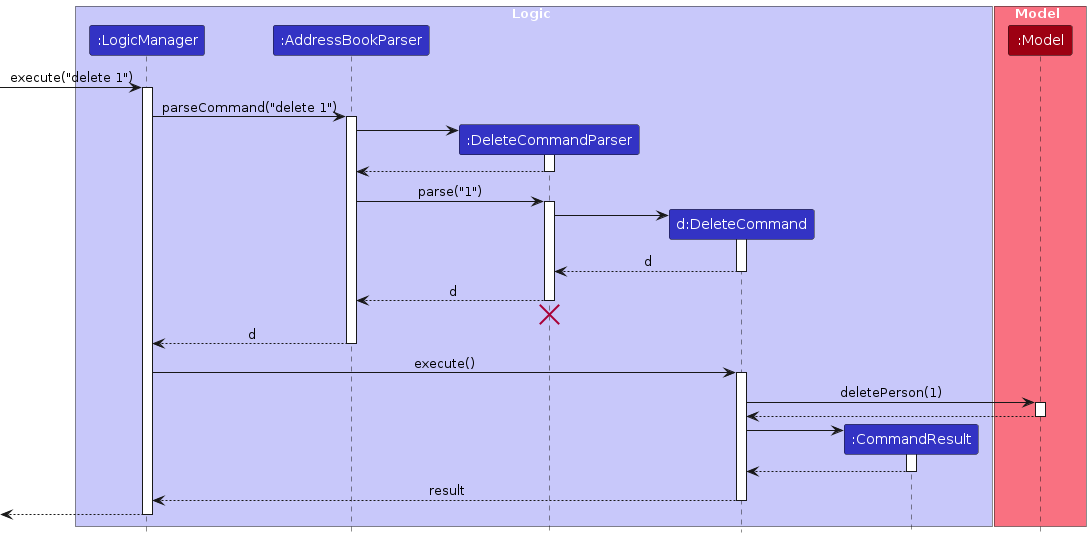
Before: diagrams/DeleteSequenceDiagram.png, a diagram exported from PlantUML (dloh2236/tp). Its source is kept beside it as diagrams/DeleteSequenceDiagram.puml.
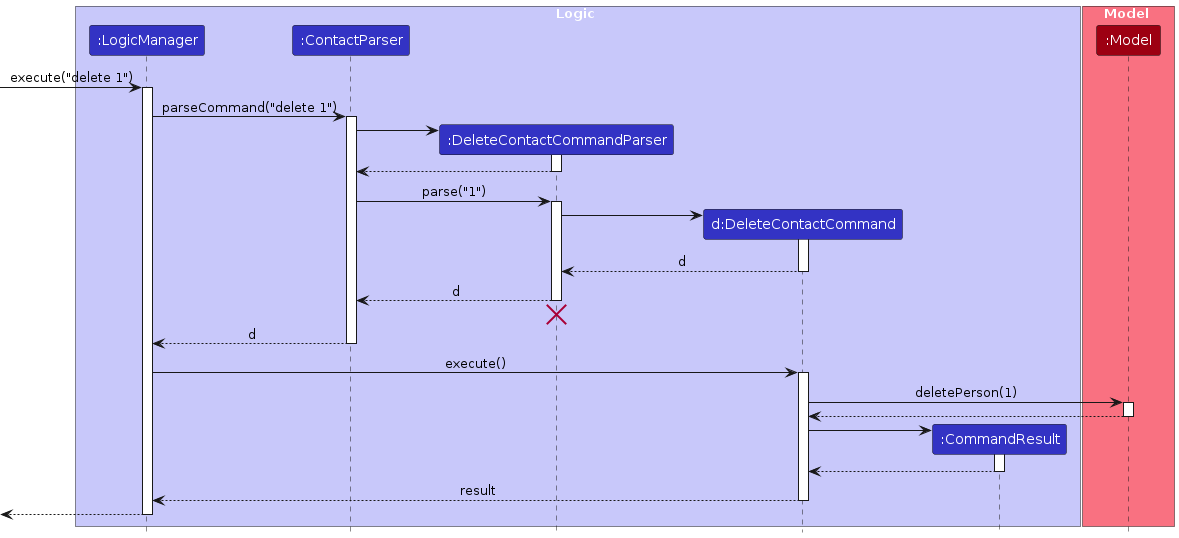
The same file after the commit.

Change to the diagram source:
```diff
@@ -4,9 +4,9 @@
 
 box Logic LOGIC_COLOR_T1
 participant ":LogicManager" as LogicManager LOGIC_COLOR
-participant ":AddressBookParser" as AddressBookParser LOGIC_COLOR
-participant ":DeleteCommandParser" as DeleteCommandParser LOGIC_COLOR
-participant "d:DeleteCommand" as DeleteCommand LOGIC_COLOR
+participant ":ContactParser" as ContactParser LOGIC_COLOR
+participant ":DeleteContactCommandParser" as DeleteContactCommandParser LOGIC_COLOR
+participant "d:DeleteContactCommand" as DeleteContactCommand LOGIC_COLOR
 participant ":CommandResult" as CommandResult LOGIC_COLOR
 end box
 
@@ -17,52 +17,52 @@
 [-> LogicManager : execute("delete 1")
 activate LogicManager
 
-LogicManager -> AddressBookParser : parseCommand("delete 1")
-activate AddressBookParser
+LogicManager -> ContactParser : parseCommand("delete 1")
+activate ContactParser
 
-create DeleteCommandParser
-AddressBookParser -> DeleteCommandParser
-activate DeleteCommandParser
+create DeleteContactCommandParser
+ContactParser -> DeleteContactCommandParser
+activate DeleteContactCommandParser
 
-DeleteCommandParser --> AddressBookParser
-deactivate DeleteCommandParser
+DeleteContactCommandParser --> ContactParser
+deactivate DeleteContactCommandParser
 
-AddressBookParser -> DeleteCommandParser : parse("1")
-activate DeleteCommandParser
+ContactParser -> DeleteContactCommandParser : parse("1")
+activate DeleteContactCommandParser
 
-create DeleteCommand
-DeleteCommandParser -> DeleteCommand
-activate DeleteCommand
+create DeleteContactCommand
+DeleteContactCommandParser -> DeleteContactCommand
+activate DeleteContactCommand
 
-DeleteCommand --> DeleteCommandParser : d
-deactivate DeleteCommand
+DeleteContactCommand --> DeleteContactCommandParser : d
+deactivate DeleteContactCommand
 
-DeleteCommandParser --> AddressBookParser : d
-deactivate DeleteCommandParser
-DeleteCommandParser -[hidden]-> AddressBookParser
-destroy DeleteCommandParser
+DeleteContactCommandParser --> ContactParser : d
+deactivate DeleteContactCommandParser
+DeleteContactCommandParser -[hidden]-> ContactParser
+destroy DeleteContactCommandParser
 
-AddressBookParser --> LogicManager : d
-deactivate AddressBookParser
+ContactParser --> LogicManager : d
+deactivate ContactParser
 
-LogicManager -> DeleteCommand : execute()
-activate DeleteCommand
+LogicManager -> DeleteContactCommand : execute()
+activate DeleteContactCommand
 
-DeleteCommand -> Model : deletePerson(1)
+DeleteContactCommand -> Model : deletePerson(1)
 activate Model
 
-Model --> DeleteCommand
+Model --> DeleteContactCommand
 deactivate Model
 
 create CommandResult
-DeleteCommand -> CommandResult
+DeleteContactCommand -> CommandResult
 activate CommandResult
 
-CommandResult --> DeleteCommand
+CommandResult --> DeleteContactCommand
 deactivate CommandResult
 
-DeleteCommand --> LogicManager : result
-deactivate DeleteCommand
+DeleteContactCommand --> LogicManager : result
+deactivate DeleteContactCommand
 
 [<--LogicManager
 deactivate LogicManager
```
